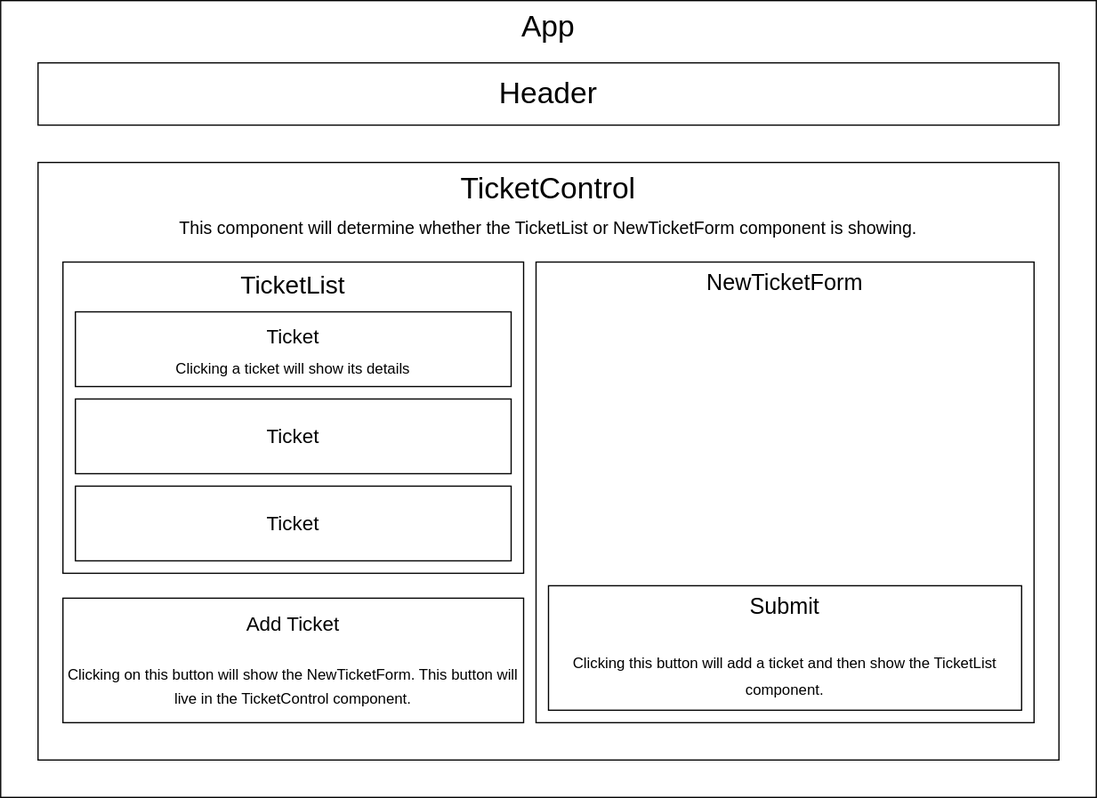
Earlier version of the draw.io export Help_Queue_Diagram.drawio.svg (besure94/help-queue). Source tidied: cells renumbered, new cells last; positions are measured from the earlier drawing's top-left corner, leaving out a move shared by most shapes.
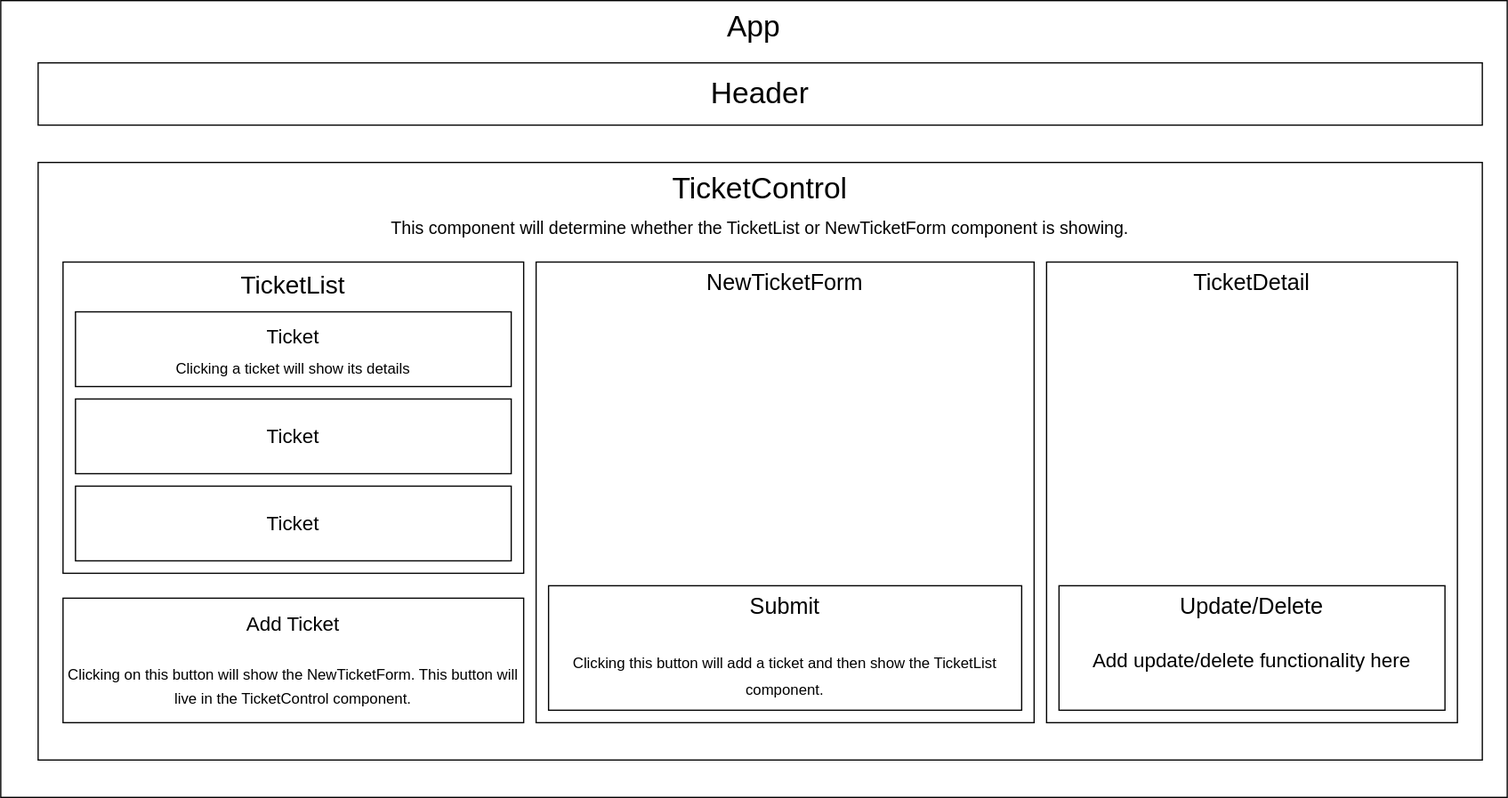
Above is the later version.

Commit message:
Update diagram to include TicketDetail component.

The edit, as a diff of the source:
```diff
@@ -3,13 +3,13 @@
     <mxCell id="0" />
     <mxCell id="1" parent="0" />
     <mxCell id="2" value="&lt;font style=&quot;font-size: 24px;&quot;&gt;App&lt;/font&gt;" style="rounded=0;whiteSpace=wrap;html=1;verticalAlign=top;" parent="1" vertex="1">
-      <mxGeometry width="880" height="640" as="geometry" />
+      <mxGeometry width="1210" height="640" as="geometry" />
     </mxCell>
     <mxCell id="3" value="Header" style="rounded=0;whiteSpace=wrap;html=1;fontSize=24;" parent="1" vertex="1">
-      <mxGeometry x="30" y="50" width="820" height="50" as="geometry" />
+      <mxGeometry x="30" y="50" width="1160" height="50" as="geometry" />
     </mxCell>
     <mxCell id="4" value="TicketControl&lt;br&gt;&lt;font style=&quot;font-size: 14px;&quot;&gt;This component will determine whether the TicketList or NewTicketForm component is showing.&lt;/font&gt;" style="rounded=0;whiteSpace=wrap;html=1;fontSize=24;verticalAlign=top;" parent="1" vertex="1">
-      <mxGeometry x="30" y="130" width="820" height="480" as="geometry" />
+      <mxGeometry x="30" y="130" width="1160" height="480" as="geometry" />
     </mxCell>
     <mxCell id="5" value="&lt;font style=&quot;font-size: 20px;&quot;&gt;TicketList&lt;/font&gt;" style="rounded=0;whiteSpace=wrap;html=1;fontSize=14;verticalAlign=top;" parent="1" vertex="1">
       <mxGeometry x="50" y="210" width="370" height="250" as="geometry" />
@@ -32,5 +32,11 @@
     <mxCell id="11" value="Submit&lt;br&gt;&lt;br&gt;&lt;font style=&quot;font-size: 12px;&quot;&gt;Clicking this button will add a ticket and then show the TicketList component.&lt;/font&gt;" style="rounded=0;whiteSpace=wrap;html=1;fontSize=18;" parent="1" vertex="1">
       <mxGeometry x="440" y="470" width="380" height="100" as="geometry" />
     </mxCell>
+    <mxCell id="12" value="&lt;font style=&quot;font-size: 18px;&quot;&gt;TicketDetail&lt;/font&gt;" style="rounded=0;whiteSpace=wrap;html=1;fontSize=12;verticalAlign=top;" parent="1" vertex="1">
+      <mxGeometry x="840" y="210" width="330" height="370" as="geometry" />
+    </mxCell>
+    <mxCell id="13" value="Update/Delete&lt;br&gt;&lt;br&gt;&lt;font style=&quot;font-size: 16px;&quot;&gt;Add update/delete functionality here&lt;/font&gt;" style="rounded=0;whiteSpace=wrap;html=1;fontSize=18;verticalAlign=top;" parent="1" vertex="1">
+      <mxGeometry x="850" y="470" width="310" height="100" as="geometry" />
+    </mxCell>
   </root>
 </mxGraphModel>
```
